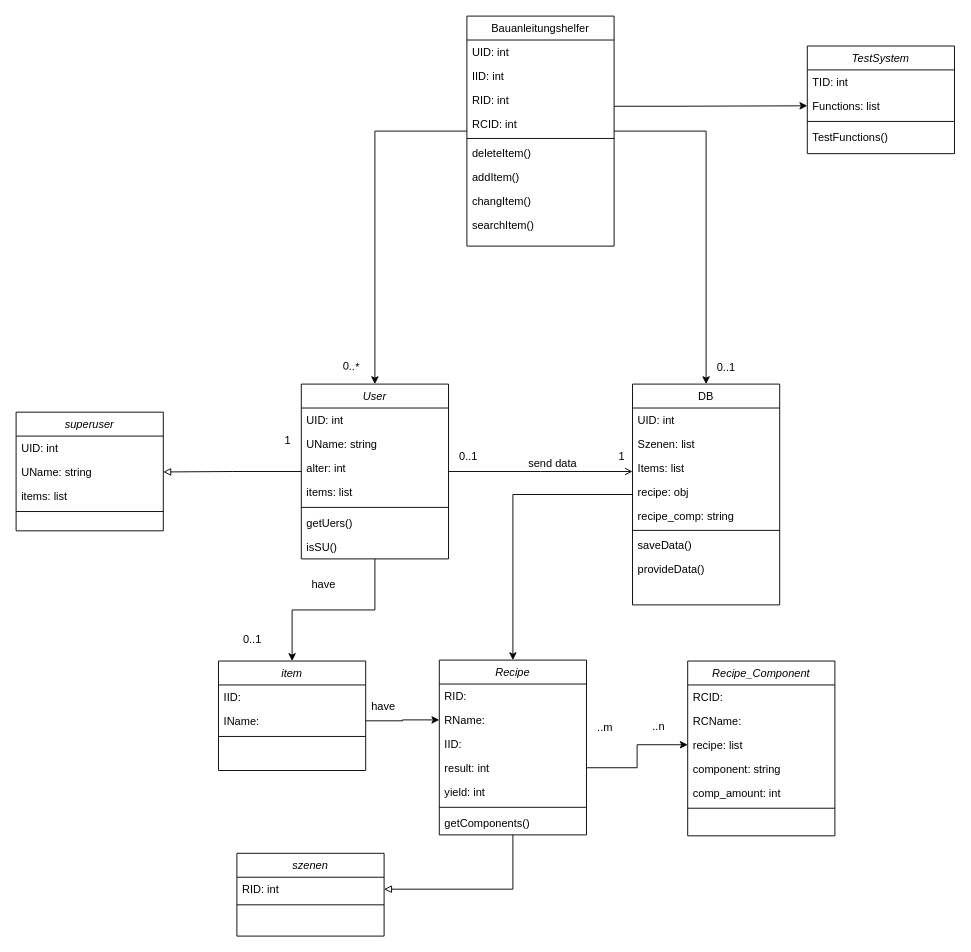
schattnkatz98/Team-Projekt-Michael-u-Julian keeps this draw.io diagram as klassendiabauantleitungshelfer.drawio. Above is the earlier version. Source tidied: cells renumbered, new cells numbered last; positions are measured from the earlier drawing's top-left corner, leaving out a move shared by most shapes. Both pictures are drawn from the tidied source at 92%, with x=0, y=0 at pixel (16, 16).
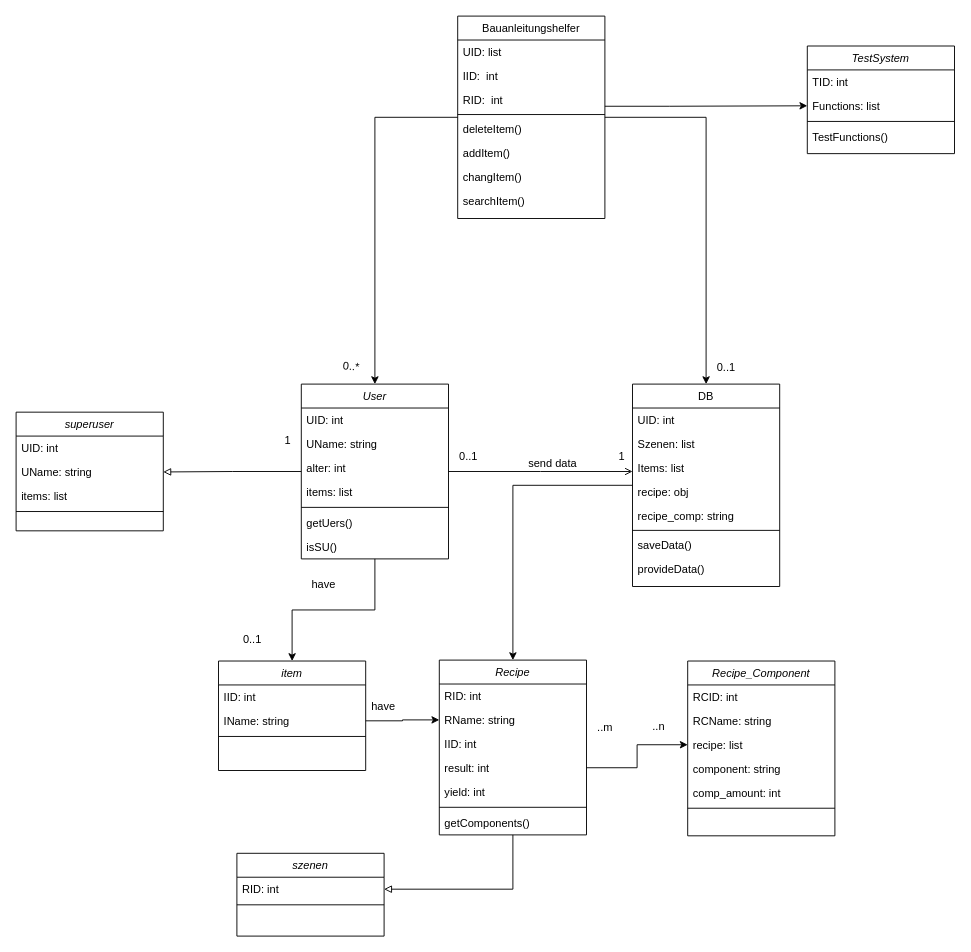
Above is the later version.

The change refers to these unchanged cells:
```xml
<mxCell id="26" value="item" style="swimlane;fontStyle=2;align=center;verticalAlign=top;horizontal=1;startSize=26;rounded=0;shadow=0;strokeWidth=1;" parent="1" vertex="1">
  <mxGeometry x="220" y="701" width="160" height="119" as="geometry" />
</mxCell>
<mxCell id="31" value="Recipe" style="swimlane;fontStyle=2;align=center;verticalAlign=top;horizontal=1;startSize=26;rounded=0;shadow=0;strokeWidth=1;" parent="1" vertex="1">
  <mxGeometry x="460" y="700" width="160" height="190" as="geometry" />
</mxCell>
<mxCell id="39" value="Recipe_Component" style="swimlane;fontStyle=2;align=center;verticalAlign=top;horizontal=1;startSize=26;rounded=0;shadow=0;strokeWidth=1;" parent="1" vertex="1">
  <mxGeometry x="730" y="701" width="160" height="190" as="geometry" />
</mxCell>
```

What changed in the source:
```diff
@@
     <mxCell id="13" value="DB" style="swimlane;fontStyle=0;align=center;verticalAlign=top;horizontal=1;startSize=26;rounded=0;shadow=0;strokeWidth=1;" parent="1" vertex="1">
-      <mxGeometry x="670" y="400" width="160" height="240" as="geometry" />
+      <mxGeometry x="670" y="400" width="160" height="220" as="geometry" />
     </mxCell>
@@
-    <mxCell id="27" value="IID:" style="text;align=left;verticalAlign=top;spacingLeft=4;spacingRight=4;overflow=hidden;" parent="26" vertex="1">
+    <mxCell id="27" value="IID: int" style="text;align=left;verticalAlign=top;spacingLeft=4;spacingRight=4;overflow=hidden;" parent="26" vertex="1">
       <mxGeometry y="26" width="160" height="26" as="geometry" />
     </mxCell>
-    <mxCell id="28" value="IName:" style="text;align=left;verticalAlign=top;spacingLeft=4;spacingRight=4;overflow=hidden;points=[[0,0.5],[1,0.5]];portConstraint=eastwest;rounded=0;shadow=0;html=0;" parent="26" vertex="1">
+    <mxCell id="28" value="IName: string" style="text;align=left;verticalAlign=top;spacingLeft=4;spacingRight=4;overflow=hidden;points=[[0,0.5],[1,0.5]];portConstraint=eastwest;rounded=0;shadow=0;html=0;" parent="26" vertex="1">
       <mxGeometry y="52" width="160" height="26" as="geometry" />
     </mxCell>
@@
-    <mxCell id="32" value="RID:" style="text;align=left;verticalAlign=top;spacingLeft=4;spacingRight=4;overflow=hidden;" parent="31" vertex="1">
+    <mxCell id="32" value="RID: int" style="text;align=left;verticalAlign=top;spacingLeft=4;spacingRight=4;overflow=hidden;" parent="31" vertex="1">
       <mxGeometry y="26" width="160" height="26" as="geometry" />
     </mxCell>
-    <mxCell id="33" value="RName:" style="text;align=left;verticalAlign=top;spacingLeft=4;spacingRight=4;overflow=hidden;points=[[0,0.5],[1,0.5]];portConstraint=eastwest;rounded=0;shadow=0;html=0;" parent="31" vertex="1">
+    <mxCell id="33" value="RName: string" style="text;align=left;verticalAlign=top;spacingLeft=4;spacingRight=4;overflow=hidden;points=[[0,0.5],[1,0.5]];portConstraint=eastwest;rounded=0;shadow=0;html=0;" parent="31" vertex="1">
       <mxGeometry y="52" width="160" height="26" as="geometry" />
     </mxCell>
-    <mxCell id="34" value="IID:" style="text;align=left;verticalAlign=top;spacingLeft=4;spacingRight=4;overflow=hidden;" parent="31" vertex="1">
+    <mxCell id="34" value="IID: int" style="text;align=left;verticalAlign=top;spacingLeft=4;spacingRight=4;overflow=hidden;" parent="31" vertex="1">
       <mxGeometry y="78" width="160" height="26" as="geometry" />
     </mxCell>
@@
-    <mxCell id="40" value="RCID:" style="text;align=left;verticalAlign=top;spacingLeft=4;spacingRight=4;overflow=hidden;" parent="39" vertex="1">
+    <mxCell id="40" value="RCID: int" style="text;align=left;verticalAlign=top;spacingLeft=4;spacingRight=4;overflow=hidden;" parent="39" vertex="1">
       <mxGeometry y="26" width="160" height="26" as="geometry" />
     </mxCell>
-    <mxCell id="41" value="RCName:" style="text;align=left;verticalAlign=top;spacingLeft=4;spacingRight=4;overflow=hidden;rounded=0;shadow=0;html=0;" parent="39" vertex="1">
+    <mxCell id="41" value="RCName: string" style="text;align=left;verticalAlign=top;spacingLeft=4;spacingRight=4;overflow=hidden;rounded=0;shadow=0;html=0;" parent="39" vertex="1">
       <mxGeometry y="52" width="160" height="26" as="geometry" />
     </mxCell>
@@
     <mxCell id="49" value="Bauanleitungshelfer" style="swimlane;fontStyle=0;align=center;verticalAlign=top;horizontal=1;startSize=26;rounded=0;shadow=0;strokeWidth=1;" parent="1" vertex="1">
-      <mxGeometry x="490" width="160" height="250" as="geometry" />
+      <mxGeometry x="480" width="160" height="220" as="geometry" />
     </mxCell>
-    <mxCell id="50" value="UID: int" style="text;align=left;verticalAlign=top;spacingLeft=4;spacingRight=4;overflow=hidden;rounded=0;shadow=0;html=0;" parent="49" vertex="1">
+    <mxCell id="50" value="UID: list &#10;" style="text;align=left;verticalAlign=top;spacingLeft=4;spacingRight=4;overflow=hidden;rounded=0;shadow=0;html=0;" parent="49" vertex="1">
       <mxGeometry y="26" width="160" height="26" as="geometry" />
     </mxCell>
-    <mxCell id="51" value="IID: int" style="text;align=left;verticalAlign=top;spacingLeft=4;spacingRight=4;overflow=hidden;" parent="49" vertex="1">
+    <mxCell id="51" value="IID:  int&#10;" style="text;align=left;verticalAlign=top;spacingLeft=4;spacingRight=4;overflow=hidden;" parent="49" vertex="1">
       <mxGeometry y="52" width="160" height="26" as="geometry" />
     </mxCell>
-    <mxCell id="52" value="RID: int" style="text;align=left;verticalAlign=top;spacingLeft=4;spacingRight=4;overflow=hidden;points=[[0,0.5],[1,0.5]];portConstraint=eastwest;" parent="49" vertex="1">
+    <mxCell id="52" value="RID:  int&#10;" style="text;align=left;verticalAlign=top;spacingLeft=4;spacingRight=4;overflow=hidden;points=[[0,0.5],[1,0.5]];portConstraint=eastwest;" parent="49" vertex="1">
       <mxGeometry y="78" width="160" height="26" as="geometry" />
     </mxCell>
-    <mxCell id="53" value="RCID: int" style="text;align=left;verticalAlign=top;spacingLeft=4;spacingRight=4;overflow=hidden;" parent="49" vertex="1">
-      <mxGeometry y="104" width="160" height="26" as="geometry" />
-    </mxCell>
     <mxCell id="54" style="line;html=1;strokeWidth=1;align=left;verticalAlign=middle;spacingTop=-1;spacingLeft=3;spacingRight=3;labelPosition=right;" parent="49" vertex="1">
-      <mxGeometry y="130" width="160" height="6" as="geometry" />
+      <mxGeometry y="104" width="160" height="6" as="geometry" />
     </mxCell>
     <mxCell id="55" value="deleteItem()" style="text;align=left;verticalAlign=top;spacingLeft=4;spacingRight=4;overflow=hidden;" parent="49" vertex="1">
-      <mxGeometry y="136" width="160" height="26" as="geometry" />
+      <mxGeometry y="110" width="160" height="26" as="geometry" />
     </mxCell>
     <mxCell id="56" value="addItem()" style="text;align=left;verticalAlign=top;spacingLeft=4;spacingRight=4;overflow=hidden;" parent="49" vertex="1">
-      <mxGeometry y="162" width="160" height="26" as="geometry" />
+      <mxGeometry y="136" width="160" height="26" as="geometry" />
     </mxCell>
     <mxCell id="57" value="changItem()" style="text;align=left;verticalAlign=top;spacingLeft=4;spacingRight=4;overflow=hidden;" parent="49" vertex="1">
-      <mxGeometry y="188" width="160" height="26" as="geometry" />
+      <mxGeometry y="162" width="160" height="26" as="geometry" />
     </mxCell>
     <mxCell id="58" value="searchItem()" style="text;align=left;verticalAlign=top;spacingLeft=4;spacingRight=4;overflow=hidden;" parent="49" vertex="1">
-      <mxGeometry y="214" width="160" height="26" as="geometry" />
+      <mxGeometry y="188" width="160" height="26" as="geometry" />
     </mxCell>
```
